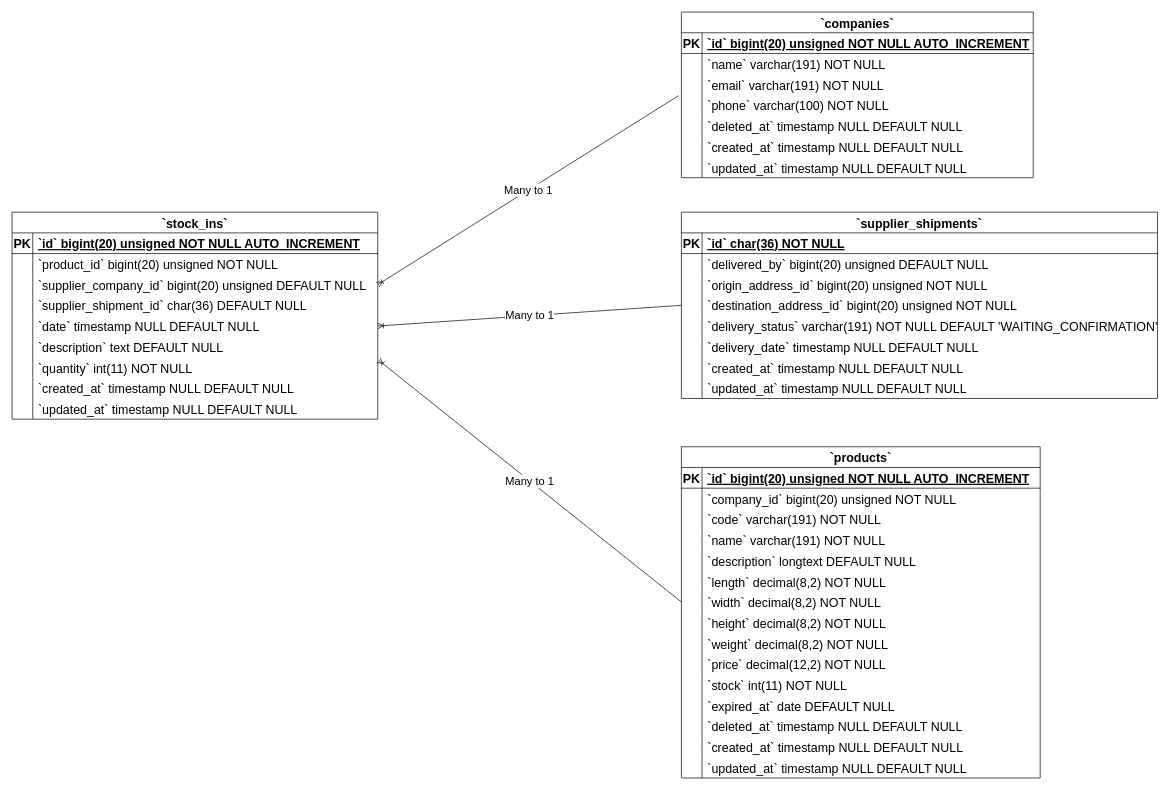
Simasco/diagram keeps this draw.io diagram as Stock Ins ERD Diagram.drawio. Above is the earlier version. Source tidied: cells renumbered, new cells numbered last; positions are measured from the earlier drawing's top-left corner, leaving out a move shared by most shapes. Both pictures are drawn from the tidied source at 69%, with x=0, y=0 at pixel (12, 12).
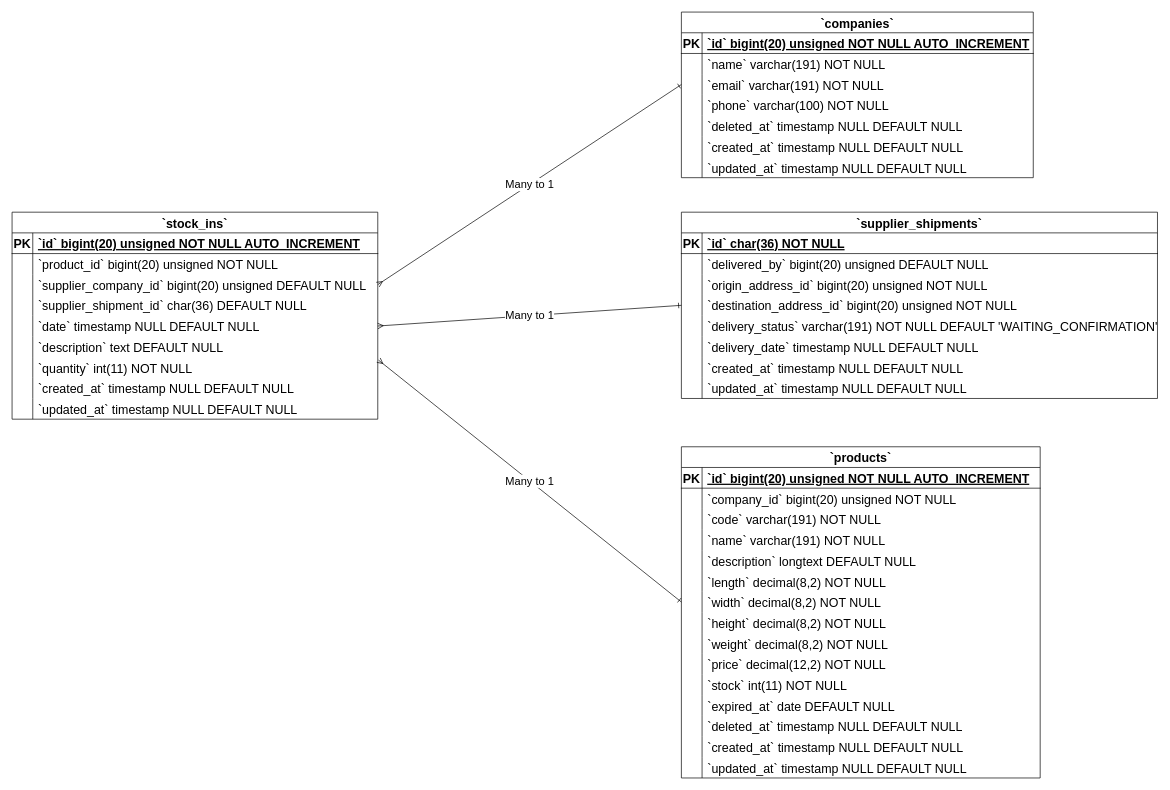
The same diagram, later.

The change refers to these unchanged cells:
```xml
<mxCell id="9" style="shape=tableRow;horizontal=0;startSize=0;swimlaneHead=0;swimlaneBody=0;fillColor=none;points=[[0,0.5],[1,0.5]];portConstraint=eastwest;strokeColor=inherit;top=0;left=0;right=0;bottom=0;fontSize=18;" parent="2" vertex="1">
  <mxGeometry y="90" width="510" height="30" as="geometry" />
</mxCell>
<mxCell id="12" style="shape=tableRow;horizontal=0;startSize=0;swimlaneHead=0;swimlaneBody=0;fillColor=none;points=[[0,0.5],[1,0.5]];portConstraint=eastwest;strokeColor=inherit;top=0;left=0;right=0;bottom=0;fontSize=18;" parent="2" vertex="1">
  <mxGeometry y="120" width="510" height="30" as="geometry" />
</mxCell>
<mxCell id="43" style="shape=tableRow;horizontal=0;startSize=0;swimlaneHead=0;swimlaneBody=0;fillColor=none;points=[[0,0.5],[1,0.5]];portConstraint=eastwest;strokeColor=inherit;top=0;left=0;right=0;bottom=0;fontSize=18;" parent="24" vertex="1">
  <mxGeometry y="210" width="520" height="30" as="geometry" />
</mxCell>
<mxCell id="77" style="shape=tableRow;horizontal=0;startSize=0;swimlaneHead=0;swimlaneBody=0;fillColor=none;points=[[0,0.5],[1,0.5]];portConstraint=eastwest;strokeColor=inherit;top=0;left=0;right=0;bottom=0;fontSize=18;" parent="70" vertex="1">
  <mxGeometry y="90" width="530" height="30" as="geometry" />
</mxCell>
<mxCell id="83" style="shape=tableRow;horizontal=0;startSize=0;swimlaneHead=0;swimlaneBody=0;fillColor=none;points=[[0,0.5],[1,0.5]];portConstraint=eastwest;strokeColor=inherit;top=0;left=0;right=0;bottom=0;fontSize=18;" parent="70" vertex="1">
  <mxGeometry y="150" width="530" height="30" as="geometry" />
</mxCell>
<mxCell id="89" style="shape=tableRow;horizontal=0;startSize=0;swimlaneHead=0;swimlaneBody=0;fillColor=none;points=[[0,0.5],[1,0.5]];portConstraint=eastwest;strokeColor=inherit;top=0;left=0;right=0;bottom=0;fontSize=18;" parent="70" vertex="1">
  <mxGeometry y="210" width="530" height="30" as="geometry" />
</mxCell>
<mxCell id="108" style="shape=tableRow;horizontal=0;startSize=0;swimlaneHead=0;swimlaneBody=0;fillColor=none;points=[[0,0.5],[1,0.5]];portConstraint=eastwest;strokeColor=inherit;top=0;left=0;right=0;bottom=0;fontSize=18;" parent="98" vertex="1">
  <mxGeometry y="120" width="690" height="30" as="geometry" />
</mxCell>
```

The edit, as a diff of the source:
```diff
@@
-    <mxCell id="123" value="&lt;font style=&quot;font-size: 16px;&quot;&gt;Many to 1&lt;/font&gt;" style="fontSize=12;html=1;endArrow=ERoneToMany;rounded=0;exitX=0;exitY=0.5;exitDx=0;exitDy=0;entryX=1;entryY=0.5;entryDx=0;entryDy=0;" parent="1" edge="1" source="108" target="83">
+    <mxCell id="123" value="&lt;font style=&quot;font-size: 16px;&quot;&gt;Many to 1&lt;/font&gt;" style="fontSize=12;html=1;endArrow=ERmany;rounded=0;exitX=0;exitY=0.5;exitDx=0;exitDy=0;entryX=1;entryY=0.5;entryDx=0;entryDy=0;endFill=0;startArrow=ERone;startFill=0;" parent="1" edge="1" source="108" target="83">
       <mxGeometry relative="1" as="geometry" />
     </mxCell>
-    <mxCell id="124" value="&lt;font style=&quot;font-size: 16px;&quot;&gt;Many to 1&lt;/font&gt;" style="fontSize=12;html=1;endArrow=ERoneToMany;rounded=0;exitX=0;exitY=0.5;exitDx=0;exitDy=0;entryX=1.002;entryY=0.148;entryDx=0;entryDy=0;entryPerimeter=0;" parent="1" edge="1" source="43" target="89">
+    <mxCell id="124" value="&lt;font style=&quot;font-size: 16px;&quot;&gt;Many to 1&lt;/font&gt;" style="fontSize=12;html=1;endArrow=ERmany;rounded=0;exitX=0;exitY=0.5;exitDx=0;exitDy=0;entryX=1.002;entryY=0.148;entryDx=0;entryDy=0;entryPerimeter=0;endFill=0;startArrow=ERone;startFill=0;" parent="1" edge="1" source="43" target="89">
       <mxGeometry relative="1" as="geometry" />
     </mxCell>
-    <mxCell id="125" value="&lt;font style=&quot;font-size: 16px;&quot;&gt;Many to 1&lt;/font&gt;" style="fontSize=12;html=1;endArrow=ERoneToMany;rounded=0;exitX=-0.008;exitY=0.037;exitDx=0;exitDy=0;entryX=1;entryY=0.5;entryDx=0;entryDy=0;exitPerimeter=0;" parent="1" edge="1" source="12" target="77">
+    <mxCell id="125" value="&lt;font style=&quot;font-size: 16px;&quot;&gt;Many to 1&lt;/font&gt;" style="fontSize=12;html=1;endArrow=ERmany;rounded=0;exitX=0;exitY=0.5;exitDx=0;exitDy=0;entryX=1;entryY=0.5;entryDx=0;entryDy=0;endFill=0;startArrow=ERone;startFill=0;" parent="1" edge="1" source="9" target="77">
       <mxGeometry relative="1" as="geometry" />
     </mxCell>
```
